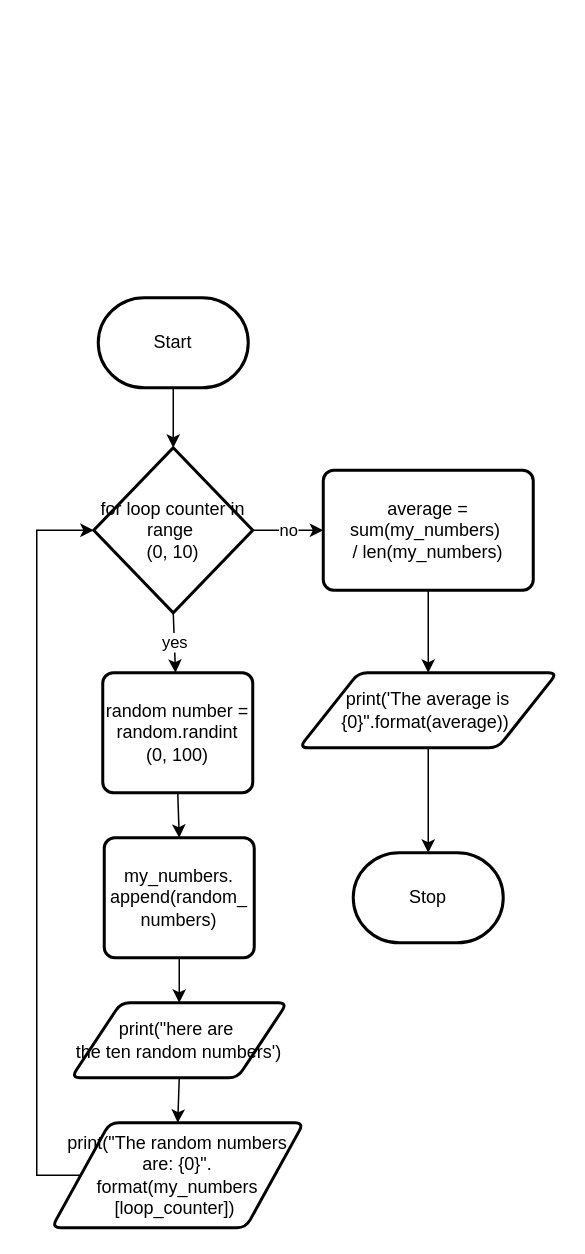
joannesanthosh/ICS3U-Unit6-02-Python keeps this draw.io diagram as design/flowchart.drawio. Above is the earlier version. Source tidied: cells renumbered, new cells numbered last; positions are measured from the earlier drawing's top-left corner, leaving out a move shared by most shapes. Both pictures are drawn from the tidied source at 150%, with x=0, y=0 at pixel (36, 297).
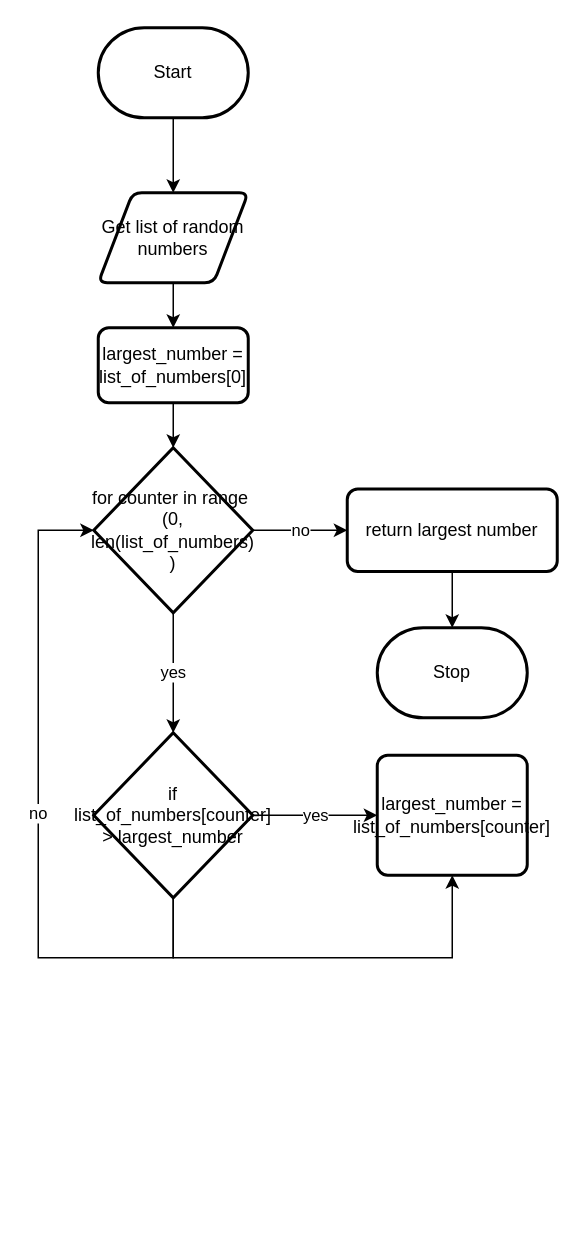
The same page after the edit.

Diff of the diagram source:
```diff
@@
-    <mxCell id="2" style="edgeStyle=orthogonalEdgeStyle;rounded=0;html=1;exitX=0.5;exitY=1;exitDx=0;exitDy=0;exitPerimeter=0;entryX=0.5;entryY=0;entryDx=0;entryDy=0;entryPerimeter=0;" parent="1" edge="1" source="3" target="6">
-      <mxGeometry relative="1" as="geometry" />
-    </mxCell>
+    <mxCell id="20" style="edgeStyle=none;html=1;exitX=0.5;exitY=1;exitDx=0;exitDy=0;exitPerimeter=0;entryX=0.5;entryY=0;entryDx=0;entryDy=0;" parent="1" edge="1" source="3" target="24">
+      <mxGeometry relative="1" as="geometry" />
+    </mxCell>
     <mxCell id="3" value="Start" style="strokeWidth=2;html=1;shape=mxgraph.flowchart.terminator;whiteSpace=wrap;" parent="1" vertex="1">
-      <mxGeometry x="41" width="100" height="60" as="geometry" />
+      <mxGeometry x="41" y="-180" width="100" height="60" as="geometry" />
     </mxCell>
-    <mxCell id="4" value="yes" style="edgeStyle=none;html=1;exitX=0.5;exitY=1;exitDx=0;exitDy=0;exitPerimeter=0;" parent="1" edge="1" source="6" target="8">
-      <mxGeometry relative="1" as="geometry" />
-    </mxCell>
@@
+    <mxCell id="21" value="yes" style="edgeStyle=none;html=1;exitX=0.5;exitY=1;exitDx=0;exitDy=0;exitPerimeter=0;entryX=0.5;entryY=0;entryDx=0;entryDy=0;entryPerimeter=0;" parent="1" edge="1" source="6" target="31">
+      <mxGeometry relative="1" as="geometry" />
+    </mxCell>
-    <mxCell id="6" value="for loop counter in range&amp;nbsp;&lt;br&gt;(0, 10)" style="strokeWidth=2;html=1;shape=mxgraph.flowchart.decision;whiteSpace=wrap;" parent="1" vertex="1">
+    <mxCell id="6" value="for counter in range&amp;nbsp;&lt;br&gt;(0, len(list_of_numbers) )" style="strokeWidth=2;html=1;shape=mxgraph.flowchart.decision;whiteSpace=wrap;" parent="1" vertex="1">
       <mxGeometry x="38" y="100" width="106" height="110" as="geometry" />
     </mxCell>
-    <mxCell id="7" style="edgeStyle=none;html=1;exitX=0.5;exitY=1;exitDx=0;exitDy=0;entryX=0.5;entryY=0;entryDx=0;entryDy=0;" parent="1" edge="1" source="8" target="10">
-      <mxGeometry relative="1" as="geometry" />
-    </mxCell>
-    <mxCell id="8" value="random number = random.randint&lt;br&gt;(0, 100)" style="rounded=1;whiteSpace=wrap;html=1;absoluteArcSize=1;arcSize=14;strokeWidth=2;" parent="1" vertex="1">
-      <mxGeometry x="44" y="250" width="100" height="80" as="geometry" />
-    </mxCell>
-    <mxCell id="9" style="edgeStyle=none;html=1;exitX=0.5;exitY=1;exitDx=0;exitDy=0;entryX=0.5;entryY=0;entryDx=0;entryDy=0;" parent="1" edge="1" source="10" target="12">
-      <mxGeometry relative="1" as="geometry" />
-    </mxCell>
-    <mxCell id="10" value="my_numbers.&lt;br&gt;append(random_&lt;br&gt;numbers)" style="rounded=1;whiteSpace=wrap;html=1;absoluteArcSize=1;arcSize=14;strokeWidth=2;" parent="1" vertex="1">
-      <mxGeometry x="45" y="360" width="100" height="80" as="geometry" />
-    </mxCell>
-    <mxCell id="11" style="edgeStyle=none;html=1;exitX=0.5;exitY=1;exitDx=0;exitDy=0;entryX=0.5;entryY=0;entryDx=0;entryDy=0;" parent="1" edge="1" source="12" target="14">
-      <mxGeometry relative="1" as="geometry" />
-    </mxCell>
-    <mxCell id="12" value="print(&quot;here are&amp;nbsp;&lt;br&gt;the ten random numbers')" style="shape=parallelogram;html=1;strokeWidth=2;perimeter=parallelogramPerimeter;whiteSpace=wrap;rounded=1;arcSize=12;size=0.23;" parent="1" vertex="1">
-      <mxGeometry x="23" y="470" width="144" height="50" as="geometry" />
-    </mxCell>
-    <mxCell id="13" style="edgeStyle=orthogonalEdgeStyle;html=1;exitX=0;exitY=0.5;exitDx=0;exitDy=0;entryX=0;entryY=0.5;entryDx=0;entryDy=0;entryPerimeter=0;rounded=0;" parent="1" edge="1" source="14" target="6">
-      <mxGeometry relative="1" as="geometry">
-        <Array as="points">
-          <mxPoint y="585" />
-          <mxPoint y="155" />
-        </Array>
-      </mxGeometry>
-    </mxCell>
-    <mxCell id="14" value="print(&quot;The random numbers are: {0}&quot;.&lt;br&gt;format(my_numbers&lt;br&gt;[loop_counter])&amp;nbsp;" style="shape=parallelogram;html=1;strokeWidth=2;perimeter=parallelogramPerimeter;whiteSpace=wrap;rounded=1;arcSize=12;size=0.23;" parent="1" vertex="1">
-      <mxGeometry x="10" y="550" width="168" height="70" as="geometry" />
-    </mxCell>
-    <mxCell id="15" style="edgeStyle=orthogonalEdgeStyle;rounded=0;html=1;exitX=0.5;exitY=1;exitDx=0;exitDy=0;entryX=0.5;entryY=0;entryDx=0;entryDy=0;" parent="1" edge="1" source="16" target="18">
-      <mxGeometry relative="1" as="geometry" />
-    </mxCell>
+    <mxCell id="22" style="edgeStyle=none;html=1;exitX=0.5;exitY=1;exitDx=0;exitDy=0;entryX=0.5;entryY=0;entryDx=0;entryDy=0;entryPerimeter=0;" parent="1" edge="1" source="16" target="19">
+      <mxGeometry relative="1" as="geometry" />
+    </mxCell>
-    <mxCell id="16" value="average = sum(my_numbers)&amp;nbsp;&lt;br&gt;/ len(my_numbers)" style="rounded=1;whiteSpace=wrap;html=1;absoluteArcSize=1;arcSize=14;strokeWidth=2;" parent="1" vertex="1">
-      <mxGeometry x="191" y="115" width="140" height="80" as="geometry" />
+    <mxCell id="16" value="return largest number" style="rounded=1;whiteSpace=wrap;html=1;absoluteArcSize=1;arcSize=14;strokeWidth=2;" parent="1" vertex="1">
+      <mxGeometry x="207" y="127.5" width="140" height="55" as="geometry" />
     </mxCell>
-    <mxCell id="17" style="edgeStyle=orthogonalEdgeStyle;rounded=0;html=1;exitX=0.5;exitY=1;exitDx=0;exitDy=0;entryX=0.5;entryY=0;entryDx=0;entryDy=0;entryPerimeter=0;" parent="1" edge="1" source="18" target="19">
-      <mxGeometry relative="1" as="geometry" />
-    </mxCell>
-    <mxCell id="18" value="print('The average is&lt;br&gt;{0}&quot;.format(average))&amp;nbsp;" style="shape=parallelogram;html=1;strokeWidth=2;perimeter=parallelogramPerimeter;whiteSpace=wrap;rounded=1;arcSize=12;size=0.23;" parent="1" vertex="1">
-      <mxGeometry x="175" y="250" width="172" height="50" as="geometry" />
-    </mxCell>
     <mxCell id="19" value="Stop" style="strokeWidth=2;html=1;shape=mxgraph.flowchart.terminator;whiteSpace=wrap;" parent="1" vertex="1">
-      <mxGeometry x="211" y="370" width="100" height="60" as="geometry" />
+      <mxGeometry x="227" y="220" width="100" height="60" as="geometry" />
     </mxCell>
+    <mxCell id="23" style="edgeStyle=none;html=1;exitX=0.5;exitY=1;exitDx=0;exitDy=0;entryX=0.5;entryY=0;entryDx=0;entryDy=0;" parent="1" edge="1" source="24" target="26">
+      <mxGeometry relative="1" as="geometry" />
+    </mxCell>
+    <mxCell id="24" value="Get list of random numbers" style="shape=parallelogram;html=1;strokeWidth=2;perimeter=parallelogramPerimeter;whiteSpace=wrap;rounded=1;arcSize=12;size=0.23;" parent="1" vertex="1">
+      <mxGeometry x="41" y="-70" width="100" height="60" as="geometry" />
+    </mxCell>
+    <mxCell id="25" style="edgeStyle=none;html=1;exitX=0.5;exitY=1;exitDx=0;exitDy=0;entryX=0.5;entryY=0;entryDx=0;entryDy=0;entryPerimeter=0;" parent="1" edge="1" source="26" target="6">
+      <mxGeometry relative="1" as="geometry" />
+    </mxCell>
+    <mxCell id="26" value="largest_number = list_of_numbers[0]" style="rounded=1;whiteSpace=wrap;html=1;absoluteArcSize=1;arcSize=14;strokeWidth=2;" parent="1" vertex="1">
+      <mxGeometry x="41" y="20" width="100" height="50" as="geometry" />
+    </mxCell>
+    <mxCell id="27" value="yes" style="edgeStyle=none;html=1;exitX=1;exitY=0.5;exitDx=0;exitDy=0;exitPerimeter=0;entryX=0;entryY=0.5;entryDx=0;entryDy=0;" parent="1" edge="1" source="31" target="32">
+      <mxGeometry relative="1" as="geometry" />
+    </mxCell>
+    <mxCell id="28" style="edgeStyle=orthogonalEdgeStyle;html=1;exitX=0.5;exitY=1;exitDx=0;exitDy=0;exitPerimeter=0;entryX=0;entryY=0.5;entryDx=0;entryDy=0;entryPerimeter=0;strokeColor=none;rounded=0;" parent="1" edge="1" source="31" target="6">
+      <mxGeometry relative="1" as="geometry" />
+    </mxCell>
+    <mxCell id="29" value="no" style="edgeStyle=orthogonalEdgeStyle;rounded=0;html=1;exitX=0.5;exitY=1;exitDx=0;exitDy=0;exitPerimeter=0;entryX=0;entryY=0.5;entryDx=0;entryDy=0;entryPerimeter=0;" parent="1" edge="1" source="31" target="6">
+      <mxGeometry relative="1" as="geometry">
+        <Array as="points">
+          <mxPoint x="91" y="440" />
+          <mxPoint x="1" y="440" />
+          <mxPoint x="1" y="155" />
+        </Array>
+      </mxGeometry>
+    </mxCell>
+    <mxCell id="30" style="edgeStyle=orthogonalEdgeStyle;rounded=0;html=1;exitX=0.5;exitY=1;exitDx=0;exitDy=0;exitPerimeter=0;entryX=0.5;entryY=1;entryDx=0;entryDy=0;" parent="1" edge="1" source="31" target="32">
+      <mxGeometry relative="1" as="geometry">
+        <Array as="points">
+          <mxPoint x="91" y="440" />
+          <mxPoint x="277" y="440" />
+        </Array>
+      </mxGeometry>
+    </mxCell>
+    <mxCell id="31" value="if list_of_numbers[counter]&lt;br&gt;&amp;gt; largest_number" style="strokeWidth=2;html=1;shape=mxgraph.flowchart.decision;whiteSpace=wrap;" parent="1" vertex="1">
+      <mxGeometry x="38" y="290" width="106" height="110" as="geometry" />
+    </mxCell>
+    <mxCell id="32" value="largest_number = list_of_numbers[counter]" style="rounded=1;whiteSpace=wrap;html=1;absoluteArcSize=1;arcSize=14;strokeWidth=2;" parent="1" vertex="1">
+      <mxGeometry x="227" y="305" width="100" height="80" as="geometry" />
+    </mxCell>
```
